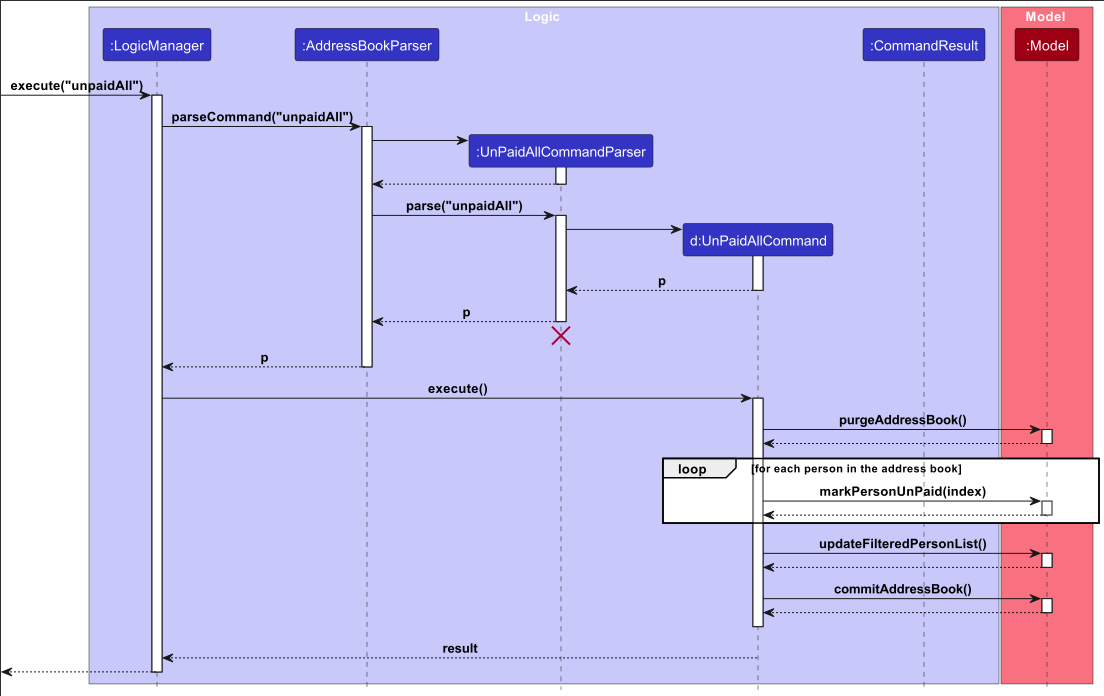
Earlier version of the PlantUML export docs/images/UnpaidAllSequenceDiagram.png (nus-cs2103-AY2324S1/tp). Its source is kept beside it as docs/diagrams/UnpaidAllSequenceDiagram.puml.
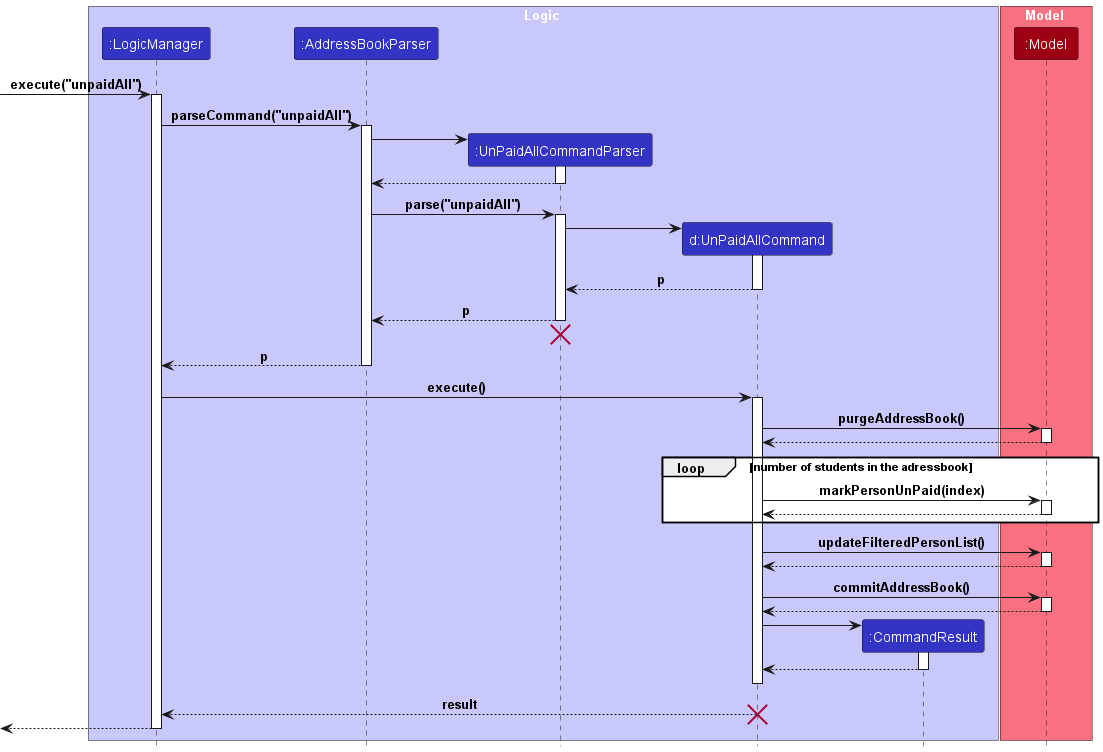
The same diagram one commit later.

The edit, as a diff of the source:
```diff
@@ -54,7 +54,7 @@
 Model --> UnPaidAllCommand
 deactivate Model
 
-loop for each person in the address book
+loop number of students in the adressbook
     UnPaidAllCommand -> Model : markPersonUnPaid(index)
     activate Model
     Model --> UnPaidAllCommand
@@ -73,11 +73,18 @@
 Model --> UnPaidAllCommand
 deactivate Model
 
+create CommandResult
+UnPaidAllCommand -> CommandResult
+activate CommandResult
+
+CommandResult --> UnPaidAllCommand
+deactivate CommandResult
+
 UnPaidAllCommand -[hidden]-> LogicManager
 deactivate UnPaidAllCommand
 
 UnPaidAllCommand --> LogicManager : result
-deactivate UnPaidAllCommand
+destroy UnPaidAllCommand
 [<--LogicManager
 deactivate LogicManager
 @enduml
```
